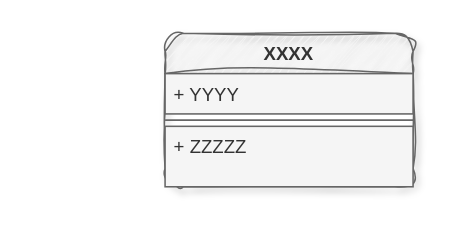
Before: usbDrv/USB结构体.drawio in ray-jk-hong/examples, a draw.io diagram. Source tidied: cells renumbered, new cells numbered last; positions are measured from the earlier drawing's top-left corner, leaving out a move shared by most shapes. Both pictures are drawn from the tidied source at 155%, with x=0, y=0 at pixel (164, 33).
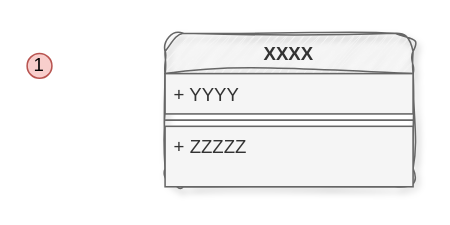
The same page after the edit.

Commit message:
更新USB结构体.drawio

Diff of the diagram source:
```diff
@@
 <mxGraphModel>
   <root>
     <mxCell id="0" />
     <mxCell id="1" parent="0" />
     <mxCell id="2" value="XXXX" style="swimlane;fontStyle=1;align=center;verticalAlign=top;horizontal=1;startSize=26;whiteSpace=wrap;html=1;shadow=1;glass=0;rounded=1;sketch=1;curveFitting=1;jiggle=2;fillColor=#f5f5f5;fontColor=#333333;strokeColor=#666666;" parent="1" vertex="1">
       <mxGeometry width="160" height="99" as="geometry" />
     </mxCell>
     <mxCell id="3" value="+ YYYY" style="text;strokeColor=#666666;fillColor=#f5f5f5;align=left;verticalAlign=top;spacingLeft=4;spacingRight=4;overflow=hidden;whiteSpace=wrap;html=1;fontColor=#333333;" parent="2" vertex="1">
       <mxGeometry y="26" width="160" height="26" as="geometry" />
     </mxCell>
     <mxCell id="4" style="line;strokeWidth=1;fillColor=#f5f5f5;align=left;verticalAlign=middle;spacingTop=-1;spacingLeft=3;spacingRight=3;labelPosition=right;strokeColor=#666666;fontColor=#333333;" parent="2" vertex="1">
       <mxGeometry y="52" width="160" height="8" as="geometry" />
     </mxCell>
     <mxCell id="5" value="+ ZZZZZ&lt;div&gt;&lt;br&gt;&lt;/div&gt;&lt;div&gt;&lt;br&gt;&lt;/div&gt;&lt;div&gt;&lt;br&gt;&lt;/div&gt;" style="text;strokeColor=#666666;fillColor=#f5f5f5;align=left;verticalAlign=top;spacingLeft=4;spacingRight=4;overflow=hidden;whiteSpace=wrap;html=1;fontColor=#333333;" parent="2" vertex="1">
       <mxGeometry y="60" width="160" height="39" as="geometry" />
     </mxCell>
+    <mxCell id="6" value="1" style="ellipse;whiteSpace=wrap;html=1;fillColor=#f8cecc;strokeColor=#b85450;" parent="1" vertex="1">
+      <mxGeometry x="-89" y="13" width="16" height="16" as="geometry" />
+    </mxCell>
   </root>
 </mxGraphModel>
```
